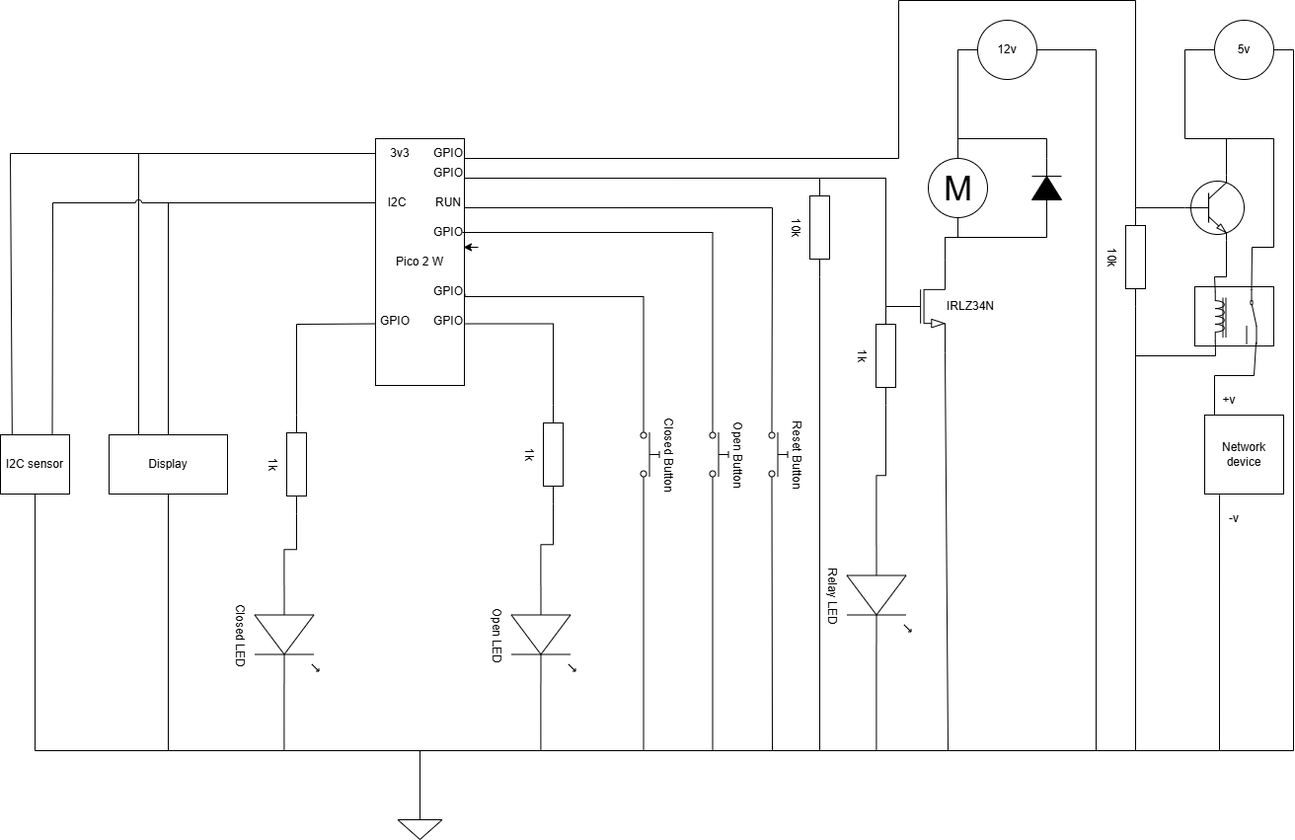
The draw.io diagram images/SMIBHID circuit diagram.drawio.png in somakeit/smibhid, before a commit. Source tidied: cells renumbered, new cells last; positions are measured from the earlier drawing's top-left corner, leaving out a move shared by most shapes.
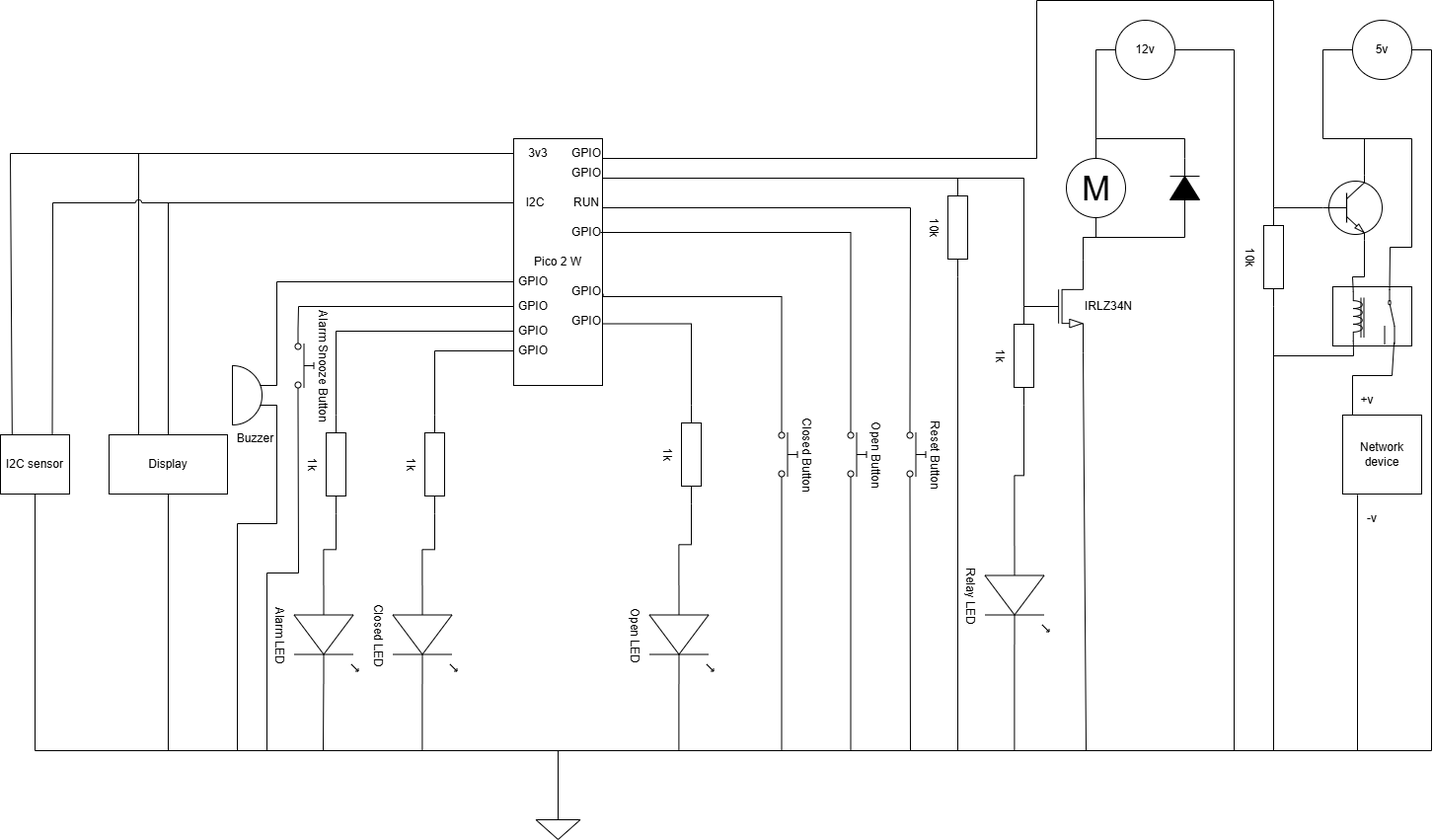
After the change.

The edit, as a diff of the source:
```diff
@@ -5,10 +5,10 @@
     <mxCell id="2" value="Pico 2 W" style="rounded=0;whiteSpace=wrap;html=1;" parent="1" vertex="1">
       <mxGeometry x="380" y="140" width="90" height="250" as="geometry" />
     </mxCell>
-    <mxCell id="3" style="endArrow=none;html=1;rounded=0;entryX=0;entryY=0.75;entryDx=0;entryDy=0;exitX=0;exitY=0.5;exitDx=0;exitDy=0;exitPerimeter=0;" parent="1" edge="1" source="4" target="2">
+    <mxCell id="3" style="endArrow=none;html=1;rounded=0;entryX=0;entryY=0.5;entryDx=0;entryDy=0;exitX=0;exitY=0.5;exitDx=0;exitDy=0;exitPerimeter=0;" parent="1" edge="1" source="4" target="24">
       <mxGeometry relative="1" as="geometry">
         <Array as="points">
-          <mxPoint x="300" y="328" />
+          <mxPoint x="300" y="355" />
         </Array>
       </mxGeometry>
     </mxCell>
@@ -86,13 +86,13 @@
       </mxGeometry>
     </mxCell>
     <mxCell id="20" value="Display" style="rounded=0;whiteSpace=wrap;html=1;" parent="1" vertex="1">
-      <mxGeometry x="110" y="440" width="120" height="60" as="geometry" />
+      <mxGeometry x="-30" y="440" width="120" height="60" as="geometry" />
     </mxCell>
     <mxCell id="21" style="endArrow=none;html=1;rounded=0;entryX=0.5;entryY=1;entryDx=0;entryDy=0;exitX=0.5;exitY=0;exitDx=0;exitDy=0;exitPerimeter=0;" parent="1" edge="1" source="10" target="20">
       <mxGeometry relative="1" as="geometry">
         <Array as="points">
           <mxPoint x="425" y="760" />
-          <mxPoint x="170" y="760" />
+          <mxPoint x="30" y="760" />
         </Array>
       </mxGeometry>
     </mxCell>
@@ -103,7 +103,7 @@
       <mxGeometry x="424" y="280" width="60" height="30" as="geometry" />
     </mxCell>
     <mxCell id="24" value="GPIO" style="text;html=1;align=center;verticalAlign=middle;whiteSpace=wrap;rounded=0;" parent="1" vertex="1">
-      <mxGeometry x="370" y="310" width="60" height="30" as="geometry" />
+      <mxGeometry x="380" y="340" width="40" height="30" as="geometry" />
     </mxCell>
     <mxCell id="25" value="GPIO" style="text;html=1;align=center;verticalAlign=middle;whiteSpace=wrap;rounded=0;" parent="1" vertex="1">
       <mxGeometry x="424" y="310" width="60" height="30" as="geometry" />
@@ -114,7 +114,7 @@
     <mxCell id="27" style="endArrow=none;html=1;rounded=0;exitX=0.5;exitY=0;exitDx=0;exitDy=0;entryX=0;entryY=0.5;entryDx=0;entryDy=0;" parent="1" edge="1" source="20" target="26">
       <mxGeometry relative="1" as="geometry">
         <Array as="points">
-          <mxPoint x="170" y="205" />
+          <mxPoint x="30" y="205" />
         </Array>
       </mxGeometry>
     </mxCell>
@@ -124,7 +124,7 @@
     <mxCell id="29" style="endArrow=none;html=1;rounded=0;exitX=0.25;exitY=0;exitDx=0;exitDy=0;entryX=0;entryY=0.5;entryDx=0;entryDy=0;" parent="1" edge="1" source="20" target="28">
       <mxGeometry relative="1" as="geometry">
         <Array as="points">
-          <mxPoint x="140" y="155" />
+          <mxPoint y="155" />
         </Array>
       </mxGeometry>
     </mxCell>
@@ -239,9 +239,6 @@
         </Array>
       </mxGeometry>
     </mxCell>
-    <mxCell id="52" style="edgeStyle=orthogonalEdgeStyle;rounded=0;orthogonalLoop=1;jettySize=auto;html=1;exitX=1;exitY=1;exitDx=0;exitDy=0;entryX=0.75;entryY=1;entryDx=0;entryDy=0;" parent="1" edge="1" source="22" target="22">
-      <mxGeometry relative="1" as="geometry" />
-    </mxCell>
     <mxCell id="53" style="verticalLabelPosition=bottom;shadow=0;dashed=0;align=center;html=1;verticalAlign=top;shape=mxgraph.electrical.transistors.npn_transistor_1;" parent="1" vertex="1">
       <mxGeometry x="1200" y="175" width="60" height="70" as="geometry" />
     </mxCell>
@@ -359,19 +356,19 @@
       </mxGeometry>
     </mxCell>
     <mxCell id="74" value="I2C sensor" style="rounded=0;whiteSpace=wrap;html=1;" parent="1" vertex="1">
-      <mxGeometry y="440" width="70" height="60" as="geometry" />
+      <mxGeometry x="-140" y="440" width="70" height="60" as="geometry" />
     </mxCell>
     <mxCell id="75" style="endArrow=none;html=1;rounded=0;exitX=0.169;exitY=0.007;exitDx=0;exitDy=0;exitPerimeter=0;entryX=0;entryY=0.5;entryDx=0;entryDy=0;" parent="1" edge="1" source="74" target="28">
       <mxGeometry relative="1" as="geometry">
         <Array as="points">
-          <mxPoint x="10" y="155" />
+          <mxPoint x="-130" y="155" />
         </Array>
       </mxGeometry>
     </mxCell>
     <mxCell id="76" style="endArrow=none;html=1;rounded=0;entryX=0;entryY=0.5;entryDx=0;entryDy=0;exitX=0.75;exitY=0;exitDx=0;exitDy=0;jumpStyle=arc;" parent="1" edge="1" source="74" target="26">
       <mxGeometry relative="1" as="geometry">
         <Array as="points">
-          <mxPoint x="53" y="205" />
+          <mxPoint x="-87" y="205" />
         </Array>
       </mxGeometry>
     </mxCell>
@@ -379,9 +376,82 @@
       <mxGeometry relative="1" as="geometry">
         <Array as="points">
           <mxPoint x="425" y="760" />
-          <mxPoint x="35" y="760" />
+          <mxPoint x="-105" y="760" />
         </Array>
       </mxGeometry>
     </mxCell>
+    <mxCell id="78" value="1k" style="verticalLabelPosition=bottom;shadow=0;dashed=0;align=center;html=1;verticalAlign=top;shape=mxgraph.electrical.resistors.resistor_1;rotation=90;" parent="1" vertex="1">
+      <mxGeometry x="150" y="460" width="100" height="20" as="geometry" />
+    </mxCell>
+    <mxCell id="79" value="Alarm LED" style="verticalLabelPosition=bottom;shadow=0;dashed=0;align=center;html=1;verticalAlign=top;shape=mxgraph.electrical.opto_electronics.led_1;rotation=90;" parent="1" vertex="1">
+      <mxGeometry x="140" y="610" width="100" height="65" as="geometry" />
+    </mxCell>
+    <mxCell id="80" style="edgeStyle=orthogonalEdgeStyle;rounded=0;jettySize=auto;html=1;exitX=1;exitY=0.5;exitDx=0;exitDy=0;exitPerimeter=0;entryX=0;entryY=0.54;entryDx=0;entryDy=0;entryPerimeter=0;endArrow=none;endFill=0;" parent="1" edge="1" source="78" target="79">
+      <mxGeometry relative="1" as="geometry" />
+    </mxCell>
+    <mxCell id="81" value="GPIO" style="text;html=1;align=center;verticalAlign=middle;whiteSpace=wrap;rounded=0;" parent="1" vertex="1">
+      <mxGeometry x="380" y="320" width="40" height="30" as="geometry" />
+    </mxCell>
+    <mxCell id="82" style="endArrow=none;html=1;rounded=0;exitX=0;exitY=0.5;exitDx=0;exitDy=0;exitPerimeter=0;" parent="1" edge="1" source="78" target="81">
+      <mxGeometry relative="1" as="geometry">
+        <Array as="points">
+          <mxPoint x="200" y="335" />
+        </Array>
+      </mxGeometry>
+    </mxCell>
+    <mxCell id="83" value="GPIO" style="text;html=1;align=center;verticalAlign=middle;whiteSpace=wrap;rounded=0;" parent="1" vertex="1">
+      <mxGeometry x="380" y="270" width="40" height="30" as="geometry" />
+    </mxCell>
+    <mxCell id="84" value="GPIO" style="text;html=1;align=center;verticalAlign=middle;whiteSpace=wrap;rounded=0;" parent="1" vertex="1">
+      <mxGeometry x="380" y="295" width="40" height="30" as="geometry" />
+    </mxCell>
+    <mxCell id="85" style="endArrow=none;html=1;rounded=0;exitX=1;exitY=0.54;exitDx=0;exitDy=0;exitPerimeter=0;entryX=0.5;entryY=0;entryDx=0;entryDy=0;entryPerimeter=0;" parent="1" edge="1" source="79" target="10">
+      <mxGeometry relative="1" as="geometry">
+        <Array as="points">
+          <mxPoint x="187" y="760" />
+          <mxPoint x="425" y="760" />
+        </Array>
+      </mxGeometry>
+    </mxCell>
+    <mxCell id="86" value="Alarm Snooze Button" style="html=1;shape=mxgraph.electrical.electro-mechanical.pushbutton;elSwitchState=off;rotation=90;labelPosition=center;verticalLabelPosition=top;align=center;verticalAlign=bottom;" parent="1" vertex="1">
+      <mxGeometry x="130" y="360" width="75" height="20" as="geometry" />
+    </mxCell>
+    <mxCell id="87" style="endArrow=none;html=1;rounded=0;entryX=0;entryY=0.5;entryDx=0;entryDy=0;exitX=0;exitY=0.8;exitDx=0;exitDy=0;" parent="1" edge="1" source="86" target="84">
+      <mxGeometry relative="1" as="geometry">
+        <Array as="points">
+          <mxPoint x="162" y="310" />
+        </Array>
+      </mxGeometry>
+    </mxCell>
+    <mxCell id="88" value="Buzzer" style="verticalLabelPosition=bottom;shadow=0;dashed=0;align=center;html=1;verticalAlign=top;shape=mxgraph.electrical.electro-mechanical.buzzer;" parent="1" vertex="1">
+      <mxGeometry x="95" y="370" width="45" height="60" as="geometry" />
+    </mxCell>
+    <mxCell id="89" style="endArrow=none;html=1;rounded=0;entryX=0;entryY=0.5;entryDx=0;entryDy=0;exitX=1;exitY=0.335;exitDx=0;exitDy=0;exitPerimeter=0;" parent="1" edge="1" source="88" target="83">
+      <mxGeometry relative="1" as="geometry">
+        <Array as="points">
+          <mxPoint x="140" y="285" />
+        </Array>
+      </mxGeometry>
+    </mxCell>
+    <mxCell id="90" style="endArrow=none;html=1;rounded=0;entryX=1;entryY=0.8;entryDx=0;entryDy=0;exitX=0.5;exitY=0;exitDx=0;exitDy=0;exitPerimeter=0;" parent="1" edge="1" source="10" target="86">
+      <mxGeometry relative="1" as="geometry">
+        <Array as="points">
+          <mxPoint x="425" y="760" />
+          <mxPoint x="130" y="760" />
+          <mxPoint x="130" y="580" />
+          <mxPoint x="162" y="580" />
+        </Array>
+      </mxGeometry>
+    </mxCell>
+    <mxCell id="91" style="endArrow=none;html=1;rounded=0;entryX=1;entryY=0.665;entryDx=0;entryDy=0;entryPerimeter=0;exitX=0.5;exitY=0;exitDx=0;exitDy=0;exitPerimeter=0;" parent="1" edge="1" source="10" target="88">
+      <mxGeometry relative="1" as="geometry">
+        <Array as="points">
+          <mxPoint x="425" y="760" />
+          <mxPoint x="100" y="760" />
+          <mxPoint x="100" y="530" />
+          <mxPoint x="140" y="530" />
+        </Array>
+      </mxGeometry>
+    </mxCell>
   </root>
 </mxGraphModel>
```
